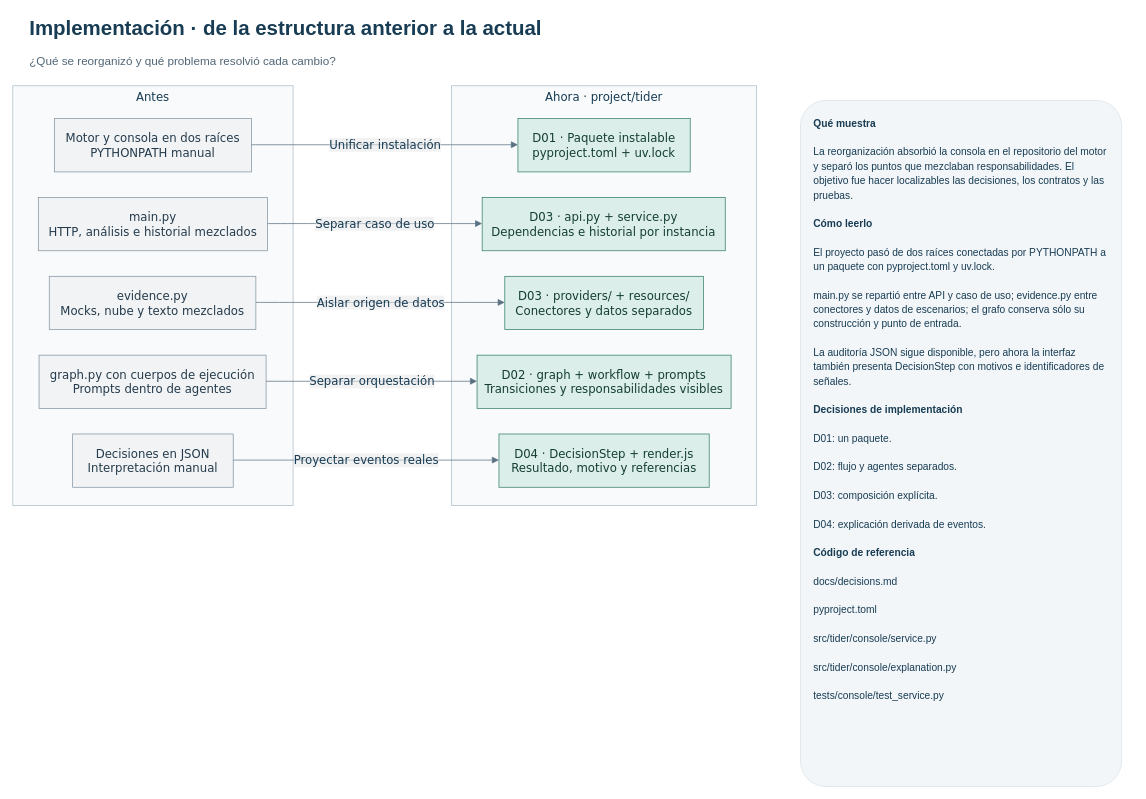
This is page "12 · Decisiones de diseño" (12 of 13) of docs/diagrams/TiderOps_Arquitectura.drawio from soyHouston256/tider, a draw.io file, before an edit. Source tidied: cells renumbered, new cells numbered last; positions are measured from the earlier drawing's top-left corner, leaving out a move shared by most shapes. Both pictures are drawn from the tidied source at 73%, with x=0, y=0 at pixel (12, 12).
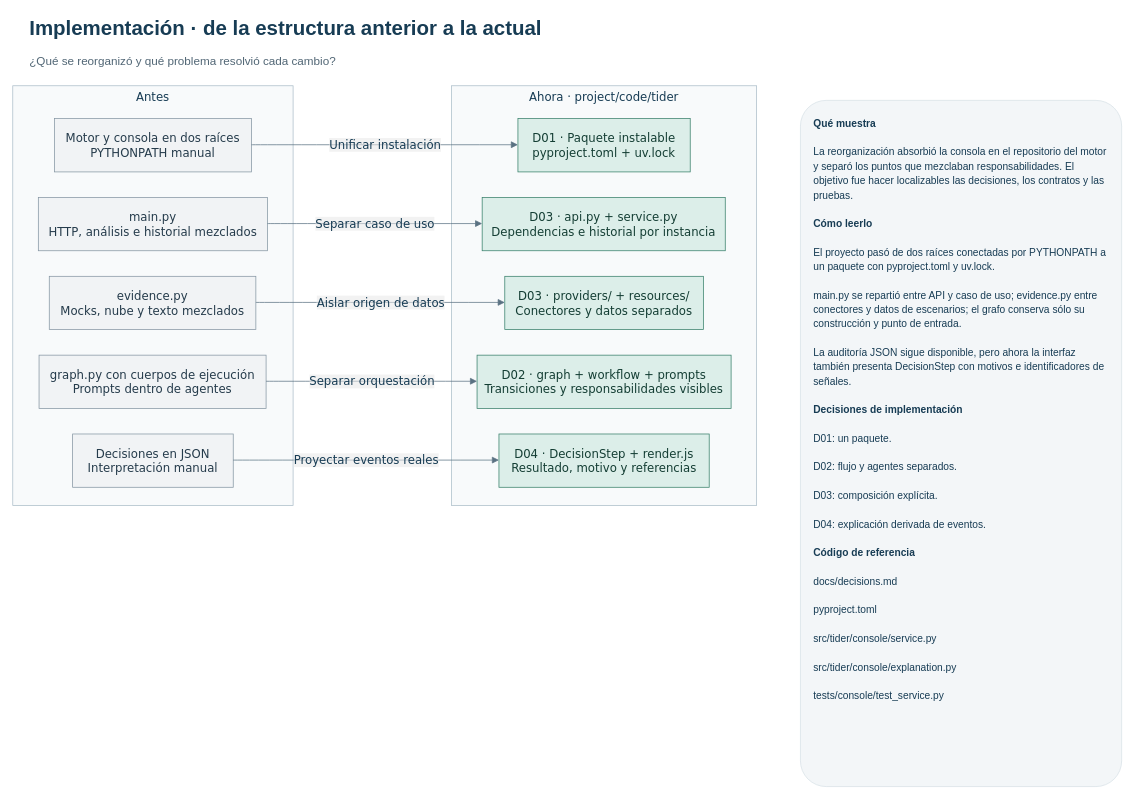
Above is the later version.

The edit, as a diff of the source:
```diff
@@
-    <mxCell id="8" value="Ahora · project/tider" style="html=1;whiteSpace=wrap;strokeWidth=1;verticalAlign=top;fillColor=#f8fafb;strokeColor=#aabcc8;fontColor=#173c54;fontFamily=Trebuchet MS,Verdana,Arial,sans-serif;fontSize=16;" parent="1" vertex="1">
+    <mxCell id="8" value="Ahora · project/code/tider" style="html=1;whiteSpace=wrap;strokeWidth=1;verticalAlign=top;fillColor=#f8fafb;strokeColor=#aabcc8;fontColor=#173c54;fontFamily=Trebuchet MS,Verdana,Arial,sans-serif;fontSize=16;" parent="1" vertex="1">
       <mxGeometry x="601" y="100" width="418" height="575" as="geometry" />
     </mxCell>
```
